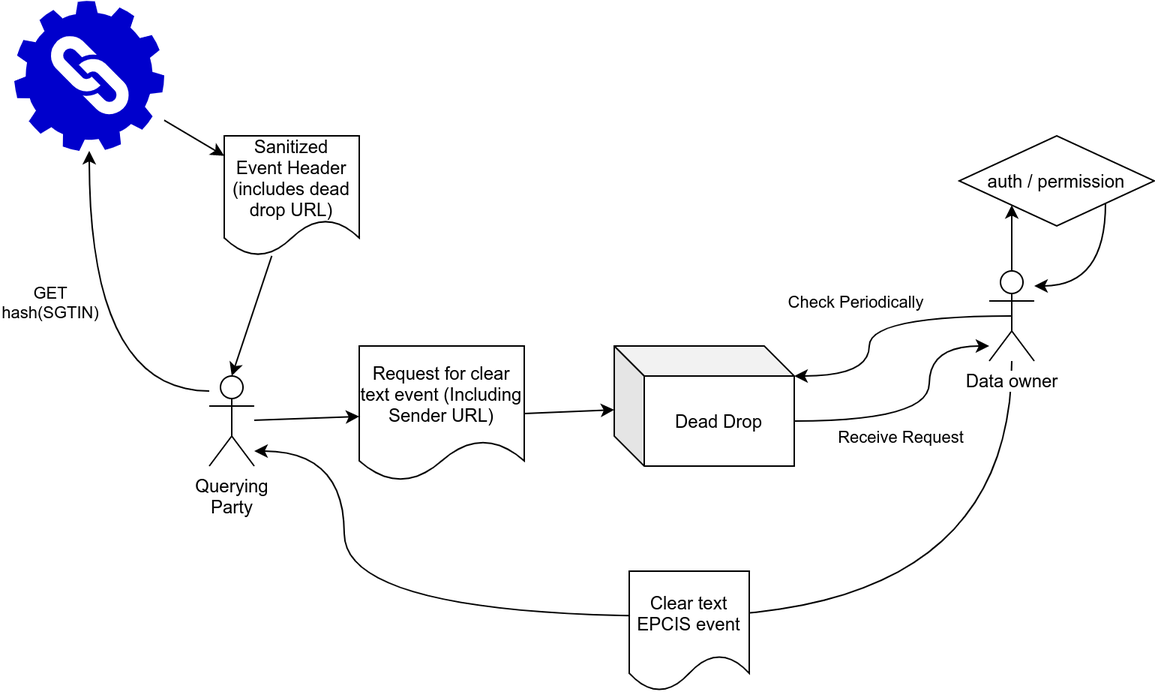
Before: Dead-Drop-for-epcis-data-requests.png, a diagram exported from draw.io (european-epc-competence-center/epcis-sanitisation). Source tidied: cells renumbered, new cells last; positions are measured from the earlier drawing's top-left corner, leaving out a move shared by most shapes.
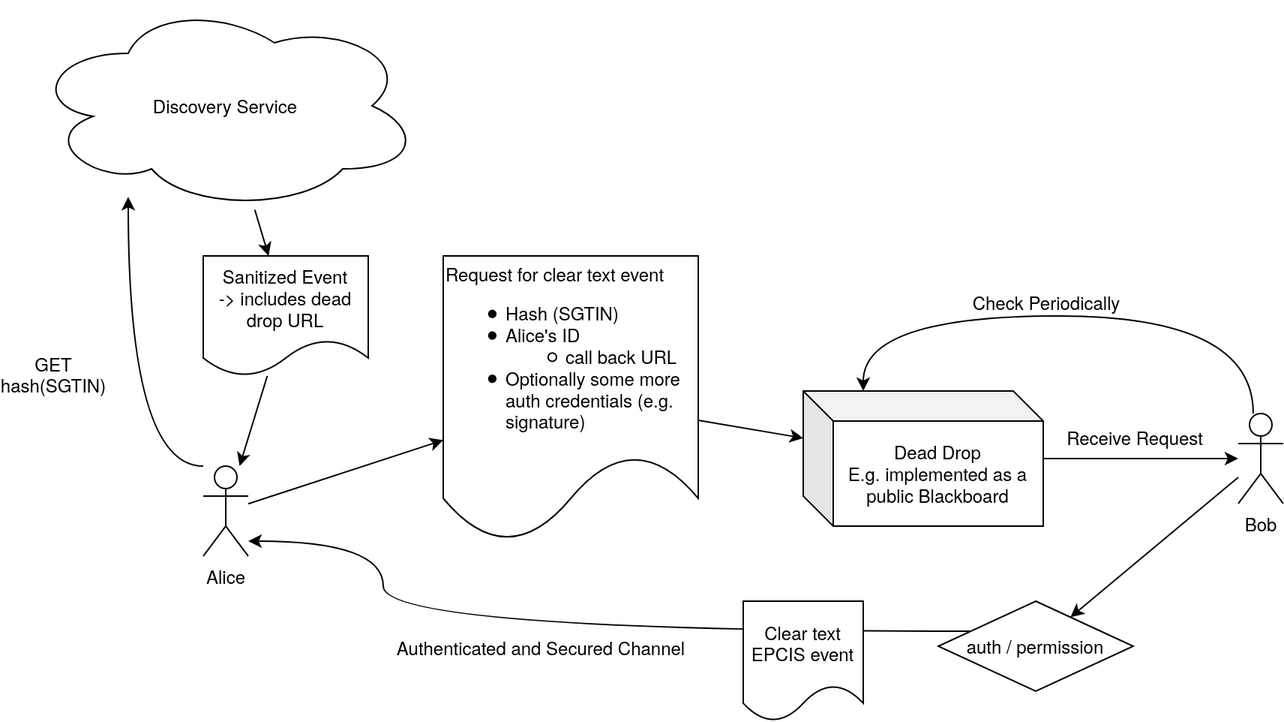
Above is the later version.

Commit message:
dead drop v2

Change to the diagram source:
```diff
@@ -2,103 +2,90 @@
   <root>
     <mxCell id="0" />
     <mxCell id="1" parent="0" />
-    <mxCell id="2" style="edgeStyle=orthogonalEdgeStyle;curved=1;rounded=0;jettySize=auto;html=1;exitX=0;exitY=0;exitDx=120;exitDy=50;exitPerimeter=0;" parent="1" edge="1" source="4" target="19">
-      <mxGeometry relative="1" as="geometry">
-        <Array as="points">
-          <mxPoint x="610" y="280" />
-          <mxPoint x="610" y="230" />
-        </Array>
-      </mxGeometry>
+    <mxCell id="2" style="rounded=0;jettySize=auto;html=1;" parent="1" edge="1" source="4" target="19">
+      <mxGeometry relative="1" as="geometry" />
     </mxCell>
-    <mxCell id="3" value="Receive Request" style="edgeLabel;html=1;align=center;verticalAlign=middle;" parent="2" vertex="1">
+    <mxCell id="3" value="Receive Request" style="edgeLabel;html=1;align=center;verticalAlign=middle;fontSize=12;" parent="2" vertex="1">
       <mxGeometry x="-0.39" y="1" relative="1" as="geometry">
-        <mxPoint x="15" y="11" as="offset" />
+        <mxPoint x="20" y="-14" as="offset" />
       </mxGeometry>
     </mxCell>
-    <mxCell id="4" value="Dead Drop" style="shape=cube;whiteSpace=wrap;html=1;boundedLbl=1;backgroundOutline=1;darkOpacity=0.05;darkOpacity2=0.1;" parent="1" vertex="1">
-      <mxGeometry x="400" y="230" width="120" height="80" as="geometry" />
+    <mxCell id="4" value="Dead Drop&lt;br&gt;E.g. implemented as a public Blackboard" style="shape=cube;whiteSpace=wrap;html=1;boundedLbl=1;backgroundOutline=1;darkOpacity=0.05;darkOpacity2=0.1;" parent="1" vertex="1">
+      <mxGeometry x="500" y="210" width="160" height="90" as="geometry" />
     </mxCell>
     <mxCell id="5" style="rounded=0;jettySize=auto;html=1;" parent="1" edge="1" source="8" target="14">
       <mxGeometry relative="1" as="geometry" />
     </mxCell>
-    <mxCell id="6" style="edgeStyle=orthogonalEdgeStyle;rounded=0;jettySize=auto;html=1;curved=1;" parent="1" edge="1" source="8" target="9">
+    <mxCell id="6" style="edgeStyle=orthogonalEdgeStyle;rounded=0;jettySize=auto;html=1;curved=1;" parent="1" edge="1" source="8" target="24">
       <mxGeometry relative="1" as="geometry">
         <Array as="points">
           <mxPoint x="50" y="260" />
         </Array>
       </mxGeometry>
     </mxCell>
-    <mxCell id="7" value="GET&lt;br&gt;hash(SGTIN)" style="edgeLabel;html=1;align=center;verticalAlign=middle;" parent="6" vertex="1">
+    <mxCell id="7" value="GET&lt;br style=&quot;font-size: 12px;&quot;&gt;hash(SGTIN)" style="edgeLabel;html=1;align=center;verticalAlign=middle;fontSize=12;" parent="6" vertex="1">
       <mxGeometry x="-0.54" y="-1" relative="1" as="geometry">
         <mxPoint x="-52" y="-59" as="offset" />
       </mxGeometry>
     </mxCell>
-    <mxCell id="8" value="Querying&lt;br&gt;Party" style="shape=umlActor;verticalLabelPosition=bottom;labelBackgroundColor=#ffffff;verticalAlign=top;html=1;outlineConnect=0;" parent="1" vertex="1">
-      <mxGeometry x="130" y="250" width="30" height="60" as="geometry" />
+    <mxCell id="8" value="Alice" style="shape=umlActor;verticalLabelPosition=bottom;labelBackgroundColor=#ffffff;verticalAlign=top;html=1;outlineConnect=0;" parent="1" vertex="1">
+      <mxGeometry x="100" y="260" width="30" height="60" as="geometry" />
     </mxCell>
-    <mxCell id="9" style="html=1;strokeColor=none;shadow=0;align=center;verticalAlign=top;fillColor=#0000CC;shape=mxgraph.gcp2.gear_chain;" parent="1" vertex="1">
-      <mxGeometry width="100" height="100" as="geometry" />
-    </mxCell>
-    <mxCell id="10" style="rounded=0;jettySize=auto;html=1;entryX=0.5;entryY=0;entryDx=0;entryDy=0;entryPerimeter=0;" parent="1" edge="1" source="11" target="8">
+    <mxCell id="10" style="rounded=0;jettySize=auto;html=1;" parent="1" edge="1" source="11" target="8">
       <mxGeometry relative="1" as="geometry" />
     </mxCell>
-    <mxCell id="11" value="Sanitized&lt;br&gt;Event Header&lt;br&gt;(includes dead drop URL)" style="shape=document;whiteSpace=wrap;html=1;boundedLbl=1;fillColor=none;" parent="1" vertex="1">
-      <mxGeometry x="140" y="90" width="90" height="80" as="geometry" />
+    <mxCell id="11" value="Sanitized Event&lt;br&gt;-&amp;gt; includes dead drop URL" style="shape=document;whiteSpace=wrap;html=1;boundedLbl=1;fillColor=none;" parent="1" vertex="1">
+      <mxGeometry x="100" y="120" width="110" height="80" as="geometry" />
     </mxCell>
-    <mxCell id="12" style="edgeStyle=none;rounded=0;jettySize=auto;html=1;" parent="1" edge="1" source="9" target="11">
+    <mxCell id="12" style="edgeStyle=none;rounded=0;jettySize=auto;html=1;" parent="1" edge="1" source="24" target="11">
       <mxGeometry relative="1" as="geometry" />
     </mxCell>
-    <mxCell id="13" style="edgeStyle=none;rounded=0;jettySize=auto;html=1;exitX=1;exitY=0.5;exitDx=0;exitDy=0;" parent="1" edge="1" source="14" target="4">
+    <mxCell id="13" style="edgeStyle=none;rounded=0;jettySize=auto;html=1;" parent="1" edge="1" source="14" target="4">
       <mxGeometry relative="1" as="geometry" />
     </mxCell>
-    <mxCell id="14" value="Request for clear text event (Including Sender URL)" style="shape=document;whiteSpace=wrap;html=1;boundedLbl=1;fillColor=none;" parent="1" vertex="1">
-      <mxGeometry x="230" y="230" width="110" height="90" as="geometry" />
+    <mxCell id="14" value="&lt;div align=&quot;left&quot;&gt;Request for clear text event &lt;br&gt;&lt;/div&gt;&lt;div align=&quot;left&quot;&gt;&lt;ul&gt;&lt;li&gt;Hash (SGTIN)&lt;br&gt;&lt;/li&gt;&lt;li&gt;&lt;div&gt;Alice's ID&lt;/div&gt;&lt;/li&gt;&lt;ul&gt;&lt;li&gt;&lt;div&gt;call back URL&lt;/div&gt;&lt;/li&gt;&lt;/ul&gt;&lt;li&gt;Optionally some more auth credentials (e.g. signature)&lt;br&gt;&lt;/li&gt;&lt;/ul&gt;&lt;/div&gt;" style="shape=document;whiteSpace=wrap;html=1;boundedLbl=1;fillColor=none;align=left;" parent="1" vertex="1">
+      <mxGeometry x="260" y="120" width="170" height="190" as="geometry" />
     </mxCell>
-    <mxCell id="15" style="edgeStyle=orthogonalEdgeStyle;rounded=0;jettySize=auto;html=1;exitX=0.5;exitY=0.5;exitDx=0;exitDy=0;exitPerimeter=0;curved=1;" parent="1" edge="1" source="19" target="4">
+    <mxCell id="15" style="edgeStyle=orthogonalEdgeStyle;rounded=0;jettySize=auto;html=1;curved=1;" parent="1" edge="1" source="19" target="4">
       <mxGeometry relative="1" as="geometry">
         <Array as="points">
-          <mxPoint x="570" y="210" />
-          <mxPoint x="570" y="250" />
+          <mxPoint x="800" y="160" />
+          <mxPoint x="540" y="160" />
         </Array>
       </mxGeometry>
     </mxCell>
-    <mxCell id="16" value="Check Periodically" style="edgeLabel;html=1;align=center;verticalAlign=middle;" parent="15" vertex="1">
+    <mxCell id="16" value="Check Periodically" style="edgeLabel;html=1;align=center;verticalAlign=middle;fontSize=12;" parent="15" vertex="1">
       <mxGeometry x="0.36" y="-3" relative="1" as="geometry">
-        <mxPoint x="-7" y="-41" as="offset" />
+        <mxPoint x="52" y="-7" as="offset" />
       </mxGeometry>
     </mxCell>
-    <mxCell id="17" style="edgeStyle=orthogonalEdgeStyle;curved=1;rounded=0;jettySize=auto;html=1;exitX=0.5;exitY=0;exitDx=0;exitDy=0;exitPerimeter=0;" parent="1" edge="1" source="19" target="21">
-      <mxGeometry relative="1" as="geometry">
-        <Array as="points">
-          <mxPoint x="660" y="150" />
-          <mxPoint x="660" y="150" />
-        </Array>
-      </mxGeometry>
+    <mxCell id="17" style="rounded=0;jettySize=auto;html=1;startArrow=none;startFill=0;endArrow=classic;endFill=1;" parent="1" edge="1" source="19" target="21">
+      <mxGeometry relative="1" as="geometry" />
     </mxCell>
-    <mxCell id="18" style="edgeStyle=orthogonalEdgeStyle;curved=1;rounded=0;jettySize=auto;html=1;" parent="1" edge="1" source="19" target="8">
+    <mxCell id="18" style="edgeStyle=orthogonalEdgeStyle;curved=1;rounded=0;jettySize=auto;html=1;" parent="1" edge="1" source="21" target="8">
       <mxGeometry relative="1" as="geometry">
         <Array as="points">
-          <mxPoint x="665" y="410" />
-          <mxPoint x="220" y="410" />
-          <mxPoint x="220" y="300" />
+          <mxPoint x="220" y="370" />
+          <mxPoint x="220" y="310" />
         </Array>
       </mxGeometry>
     </mxCell>
+    <mxCell id="23" value="Authenticated and Secured Channel" style="edgeLabel;html=1;align=center;verticalAlign=middle;fontSize=12;" parent="18" vertex="1">
+      <mxGeometry x="-0.08" y="-4" relative="1" as="geometry">
+        <mxPoint x="-36.7" y="14" as="offset" />
+      </mxGeometry>
+    </mxCell>
-    <mxCell id="19" value="Data owner" style="shape=umlActor;verticalLabelPosition=bottom;labelBackgroundColor=#ffffff;verticalAlign=top;html=1;outlineConnect=0;fillColor=none;" parent="1" vertex="1">
-      <mxGeometry x="650" y="180" width="30" height="60" as="geometry" />
+    <mxCell id="19" value="Bob" style="shape=umlActor;verticalLabelPosition=bottom;labelBackgroundColor=#ffffff;verticalAlign=top;html=1;outlineConnect=0;fillColor=none;" parent="1" vertex="1">
+      <mxGeometry x="790" y="225" width="30" height="60" as="geometry" />
     </mxCell>
-    <mxCell id="20" style="edgeStyle=orthogonalEdgeStyle;curved=1;rounded=0;jettySize=auto;html=1;exitX=1;exitY=1;exitDx=0;exitDy=0;" parent="1" edge="1" source="21" target="19">
-      <mxGeometry relative="1" as="geometry">
-        <Array as="points">
-          <mxPoint x="728" y="190" />
-        </Array>
-      </mxGeometry>
-    </mxCell>
     <mxCell id="21" value="auth / permission" style="rhombus;whiteSpace=wrap;html=1;fillColor=none;" parent="1" vertex="1">
-      <mxGeometry x="630" y="90" width="130" height="60" as="geometry" />
+      <mxGeometry x="590" y="350" width="130" height="60" as="geometry" />
     </mxCell>
     <mxCell id="22" value="Clear text EPCIS event" style="shape=document;whiteSpace=wrap;html=1;boundedLbl=1;fillColor=#ffffff;" parent="1" vertex="1">
-      <mxGeometry x="410" y="380" width="80" height="80" as="geometry" />
+      <mxGeometry x="460" y="350" width="80" height="80" as="geometry" />
     </mxCell>
+    <mxCell id="24" value="Discovery Service" style="ellipse;shape=cloud;whiteSpace=wrap;html=1;" parent="1" vertex="1">
+      <mxGeometry x="-15" y="-50" width="260" height="140" as="geometry" />
+    </mxCell>
   </root>
 </mxGraphModel>
```
